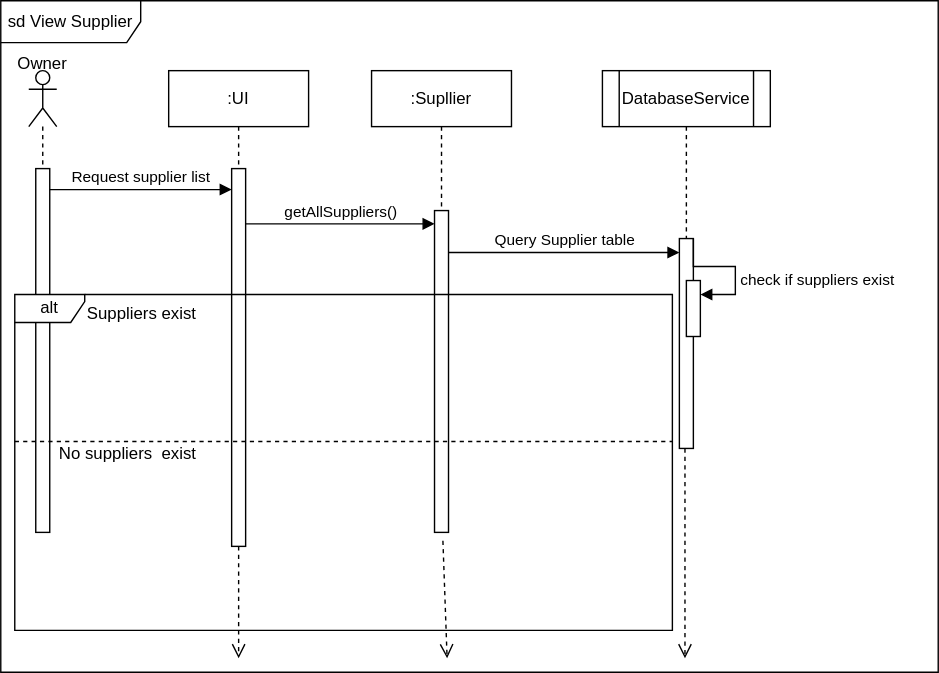
The draw.io diagram view_supp.svg in Simamkele88/IFM3_GP, before a commit. Source tidied: cells renumbered, new cells last; positions are measured from the earlier drawing's top-left corner, leaving out a move shared by most shapes.
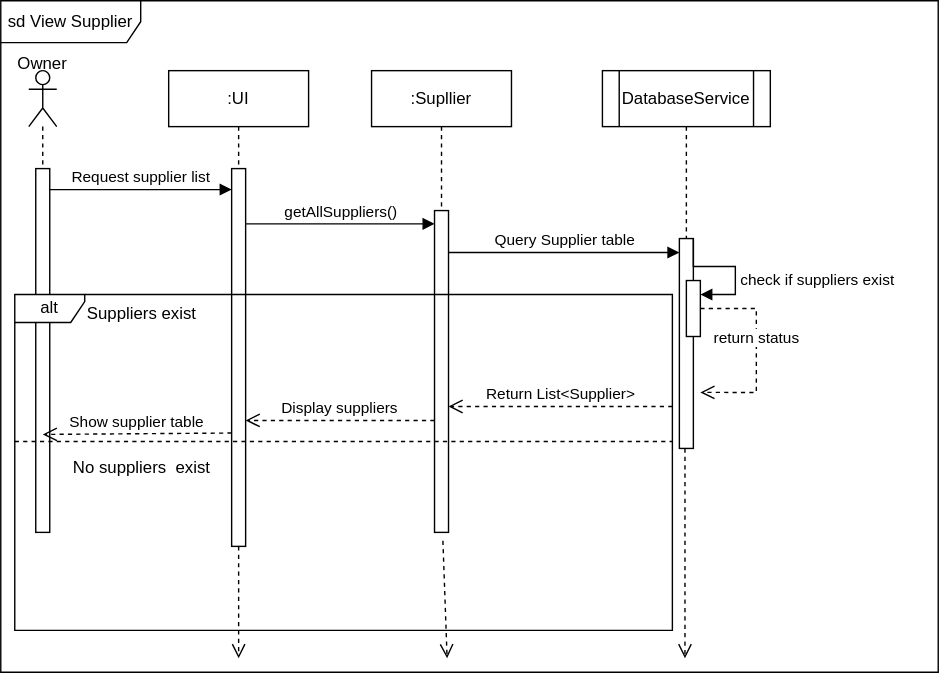
Above is the later version.

What changed in the source:
```diff
@@ -97,7 +97,32 @@
       <mxGeometry y="100" width="470" height="10" as="geometry" />
     </mxCell>
     <mxCell id="24" value="No suppliers&amp;nbsp; exist" style="text;html=1;" parent="21" vertex="1">
-      <mxGeometry x="30" y="100" width="100" height="20" as="geometry" />
+      <mxGeometry x="40" y="110" width="100" height="20" as="geometry" />
     </mxCell>
+    <mxCell id="25" value="Return List&amp;lt;Supplier&amp;gt;" style="html=1;verticalAlign=bottom;endArrow=open;dashed=1;endSize=8;curved=0;rounded=0;" parent="21" edge="1">
+      <mxGeometry relative="1" as="geometry">
+        <mxPoint x="470" y="80" as="sourcePoint" />
+        <mxPoint x="310" y="80" as="targetPoint" />
+      </mxGeometry>
+    </mxCell>
+    <mxCell id="26" value="Display suppliers" style="html=1;verticalAlign=bottom;endArrow=open;dashed=1;endSize=8;curved=0;rounded=0;" parent="21" edge="1" target="5">
+      <mxGeometry relative="1" as="geometry">
+        <mxPoint x="300" y="90" as="sourcePoint" />
+      </mxGeometry>
+    </mxCell>
+    <mxCell id="27" value="Show supplier table" style="html=1;verticalAlign=bottom;endArrow=open;dashed=1;endSize=8;curved=0;rounded=0;" parent="21" edge="1">
+      <mxGeometry relative="1" as="geometry">
+        <mxPoint x="155" y="99" as="sourcePoint" />
+        <mxPoint x="20" y="100" as="targetPoint" />
+      </mxGeometry>
+    </mxCell>
+    <mxCell id="28" value="return status" style="html=1;verticalAlign=bottom;endArrow=open;dashed=1;endSize=8;rounded=0;edgeStyle=orthogonalEdgeStyle;entryX=1.5;entryY=0.733;entryDx=0;entryDy=0;entryPerimeter=0;" parent="1" edge="1" source="18" target="12">
+      <mxGeometry relative="1" as="geometry">
+        <Array as="points">
+          <mxPoint x="540" y="220" />
+          <mxPoint x="540" y="280" />
+        </Array>
+      </mxGeometry>
+    </mxCell>
   </root>
 </mxGraphModel>
```
